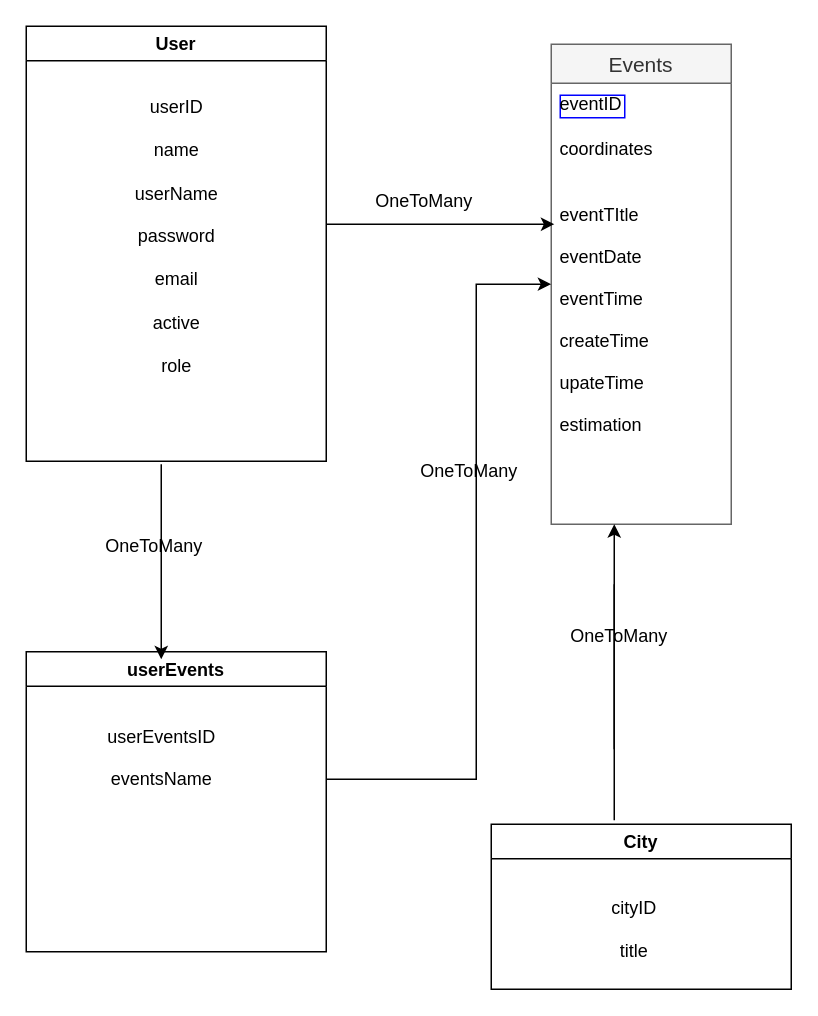
Earlier version of the draw.io diagram Диаграмма без названия.drawio (kushevsky01/Web-Note). Source tidied: cells renumbered, new cells numbered last; positions are measured from the earlier drawing's top-left corner, leaving out a move shared by most shapes. Both pictures are drawn from the tidied source at 150%, with x=0, y=0 at pixel (26, 26).
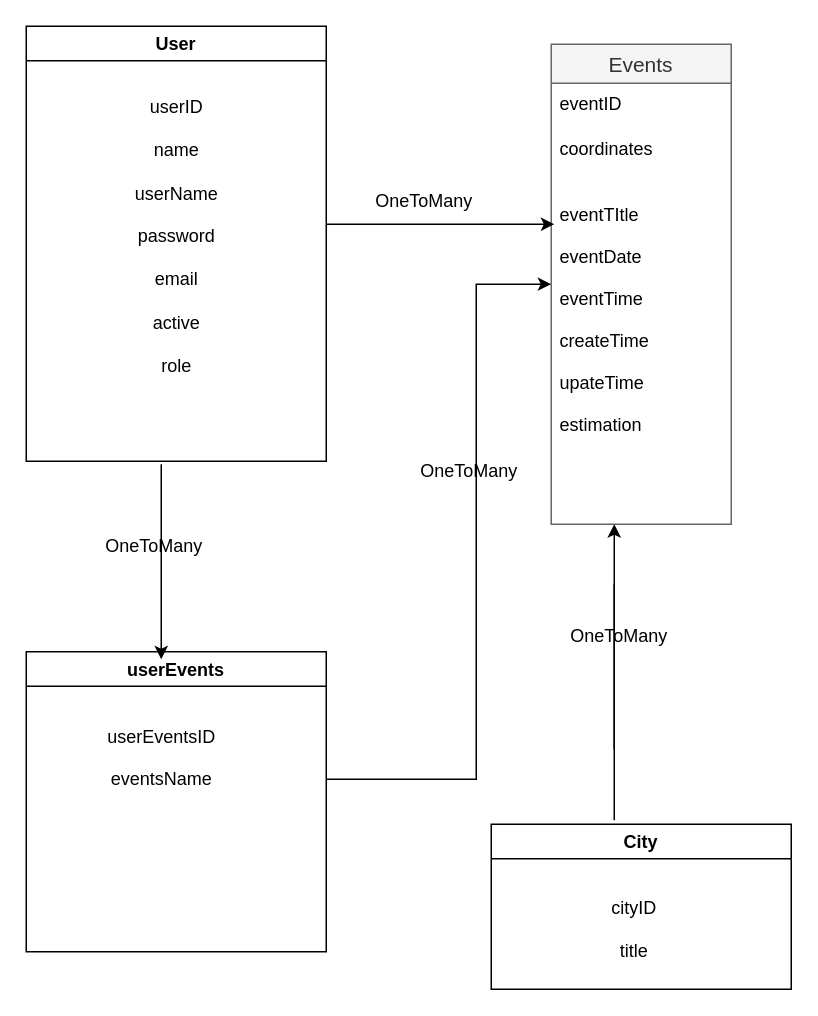
After the change.

The change refers to these unchanged cells:
```xml
<mxCell id="4" value="Events" style="swimlane;fontStyle=0;horizontal=1;startSize=26;align=center;fontSize=14;fillColor=#f5f5f5;fontColor=#333333;strokeColor=#666666;" parent="1" vertex="1">
  <mxGeometry x="350" y="12" width="120" height="320" as="geometry" />
</mxCell>
```

What changed in the source:
```diff
@@
-    <mxCell id="5" value="eventID" style="text;strokeColor=none;fillColor=none;spacingLeft=4;spacingRight=4;overflow=hidden;fontSize=12;fontColor=#000000;labelBackgroundColor=none;labelBorderColor=#0000FF;" parent="4" vertex="1">
+    <mxCell id="5" value="eventID" style="text;strokeColor=none;fillColor=none;spacingLeft=4;spacingRight=4;overflow=hidden;fontSize=12;fontColor=#000000;labelBackgroundColor=none;labelBorderColor=none;" parent="4" vertex="1">
       <mxGeometry y="26" width="120" height="30" as="geometry" />
     </mxCell>
```
